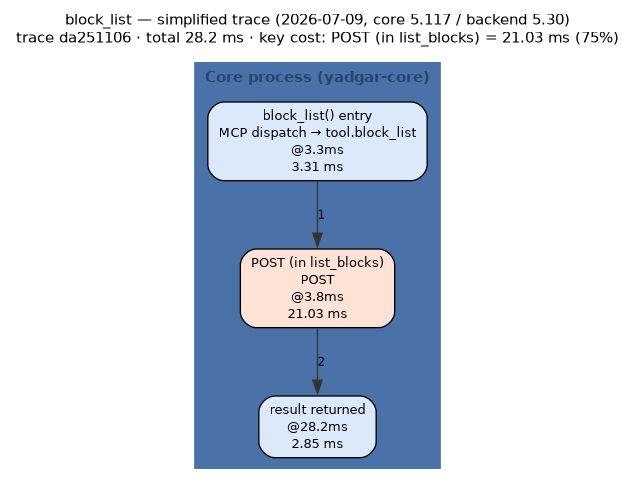
The Graphviz diagram docs/diagrams/out/block_list-trace-2026-07-09.png in m-agahi/yadgar, before a commit. Its source is kept beside it as docs/diagrams/out/block_list-trace-2026-07-09.dot. Source of this version:
```dot
digraph flow {
  rankdir="TB";
  newrank=true;
  compound=true;
  nodesep=0.35;
  ranksep=0.55;
  graph [fontname="Helvetica", fontsize=11, labelloc="t"];
  node  [fontname="Helvetica", fontsize=10];
  edge  [fontname="Helvetica", fontsize=9];
  label="block_list — simplified trace (2026-07-09, core 5.117 / backend 5.30)
trace da251106 · total 28.2 ms · key cost: POST (in list_blocks) = 21.03 ms (75%)";
  subgraph "cluster_core" {
    label="Core process (yadgar-core)";
    style=filled;
    bgcolor="#eef4fb";
    color="#4a72a8";
    fontcolor="#26456b";
    fontname="Helvetica-Bold";
    "entry" [shape="box", style="rounded,filled", fillcolor="#dbe9fb", label="block_list() entry\nMCP dispatch → tool.block_list\n@3.3ms\n3.31 ms"];
    "s0" [shape="box", style="rounded,filled", fillcolor="#fce3d6", label="POST (in list_blocks)\nPOST\n@3.8ms\n21.03 ms"];
    "done" [shape="box", style="rounded,filled", fillcolor="#dbe9fb", label="result returned\n@28.2ms\n2.85 ms"];
  }
  "entry" -> "s0" [color="#333333", style="solid", label="1"];
  "s0" -> "done" [color="#333333", style="solid", label="2"];
}
```
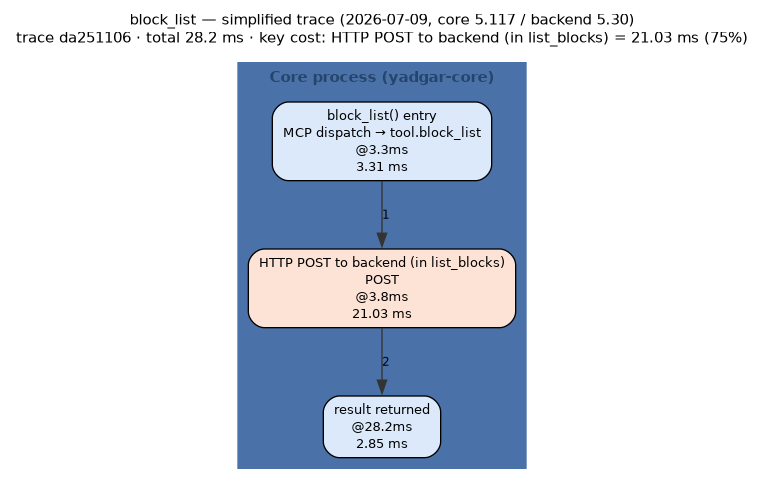
After the change.

What changed in the source:
```diff
@@ -8,7 +8,7 @@
   node  [fontname="Helvetica", fontsize=10];
   edge  [fontname="Helvetica", fontsize=9];
   label="block_list — simplified trace (2026-07-09, core 5.117 / backend 5.30)
-trace da251106 · total 28.2 ms · key cost: POST (in list_blocks) = 21.03 ms (75%)";
+trace da251106 · total 28.2 ms · key cost: HTTP POST to backend (in list_blocks) = 21.03 ms (75%)";
   subgraph "cluster_core" {
     label="Core process (yadgar-core)";
     style=filled;
@@ -17,7 +17,7 @@
     fontcolor="#26456b";
     fontname="Helvetica-Bold";
     "entry" [shape="box", style="rounded,filled", fillcolor="#dbe9fb", label="block_list() entry\nMCP dispatch → tool.block_list\n@3.3ms\n3.31 ms"];
-    "s0" [shape="box", style="rounded,filled", fillcolor="#fce3d6", label="POST (in list_blocks)\nPOST\n@3.8ms\n21.03 ms"];
+    "s0" [shape="box", style="rounded,filled", fillcolor="#fce3d6", label="HTTP POST to backend (in list_blocks)\nPOST\n@3.8ms\n21.03 ms"];
     "done" [shape="box", style="rounded,filled", fillcolor="#dbe9fb", label="result returned\n@28.2ms\n2.85 ms"];
   }
   "entry" -> "s0" [color="#333333", style="solid", label="1"];
```
